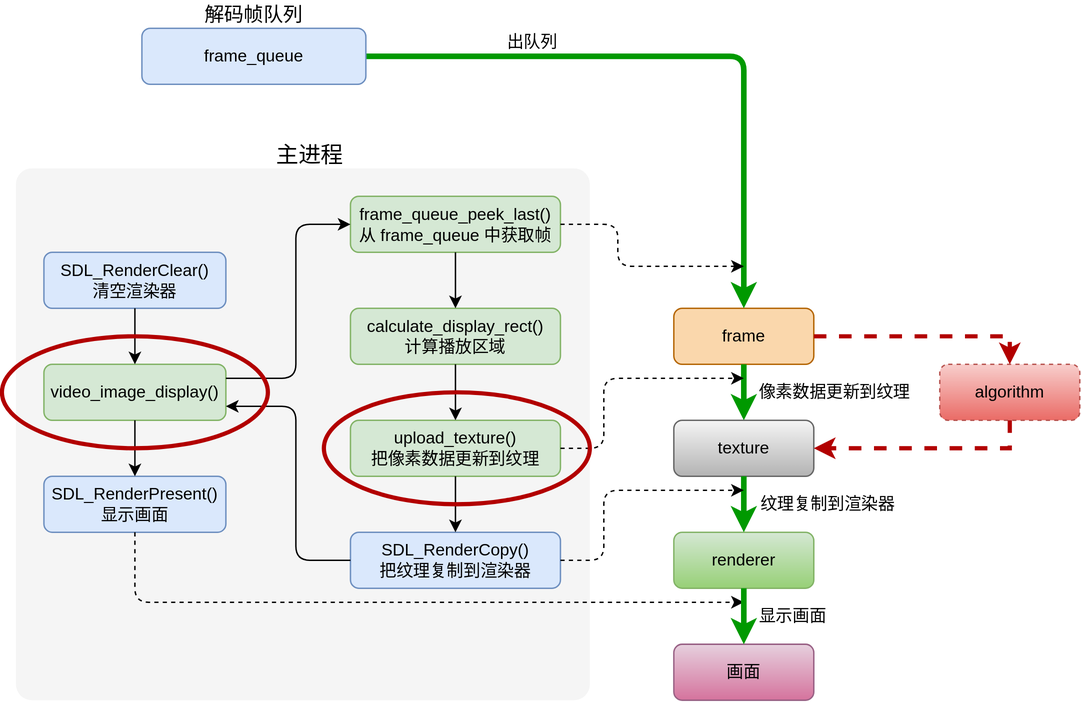
The draw.io diagram figures/display.svg in hanjialeOK/myplay, before a commit. Source tidied: cells renumbered, new cells last; positions are measured from the earlier drawing's top-left corner, leaving out a move shared by most shapes.
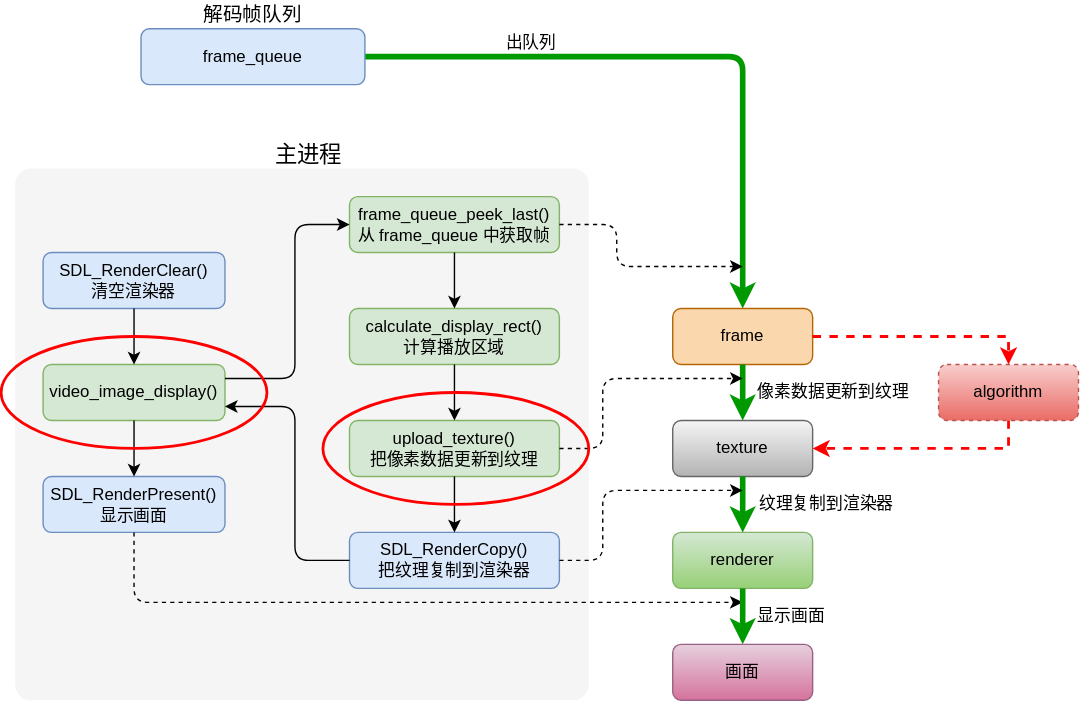
After the commit.

What changed in the source:
```diff
@@ -144,27 +144,27 @@
     <mxCell id="35" value="解码帧队列" style="text;html=1;strokeColor=none;fillColor=none;align=center;verticalAlign=middle;whiteSpace=wrap;rounded=0;fontSize=14;" parent="1" vertex="1">
       <mxGeometry x="140" width="80" height="20" as="geometry" />
     </mxCell>
-    <mxCell id="36" style="ellipse;whiteSpace=wrap;html=1;strokeWidth=3;strokeColor=#B20000;fontColor=#ffffff;fillColor=none;" parent="1" vertex="1">
+    <mxCell id="36" style="ellipse;whiteSpace=wrap;html=1;strokeWidth=2;fontColor=#ffffff;fillColor=none;strokeColor=#FF0000;" parent="1" vertex="1">
       <mxGeometry x="230" y="280" width="190" height="80" as="geometry" />
     </mxCell>
     <mxCell id="37" value="algorithm" style="rounded=1;whiteSpace=wrap;html=1;fillColor=#f8cecc;strokeColor=#b85450;gradientColor=#ea6b66;dashed=1;" parent="1" vertex="1">
       <mxGeometry x="670" y="260" width="100" height="40" as="geometry" />
     </mxCell>
-    <mxCell id="38" style="endArrow=classic;html=1;exitX=1;exitY=0.5;exitDx=0;exitDy=0;entryX=0.5;entryY=0;entryDx=0;entryDy=0;strokeWidth=3;strokeColor=#B20000;fillColor=#e51400;dashed=1;rounded=0;" parent="1" edge="1" source="17" target="37">
+    <mxCell id="38" style="endArrow=classic;html=1;exitX=1;exitY=0.5;exitDx=0;exitDy=0;entryX=0.5;entryY=0;entryDx=0;entryDy=0;strokeWidth=2;fillColor=#e51400;dashed=1;rounded=0;strokeColor=#FF0000;" parent="1" edge="1" source="17" target="37">
       <mxGeometry relative="1" as="geometry">
         <Array as="points">
           <mxPoint x="720" y="240" />
         </Array>
       </mxGeometry>
     </mxCell>
-    <mxCell id="39" style="endArrow=classic;html=1;strokeColor=#B20000;strokeWidth=3;exitX=0.5;exitY=1;exitDx=0;exitDy=0;entryX=1;entryY=0.5;entryDx=0;entryDy=0;fillColor=#e51400;dashed=1;rounded=0;" parent="1" edge="1" source="37" target="18">
+    <mxCell id="39" style="endArrow=classic;html=1;strokeWidth=2;exitX=0.5;exitY=1;exitDx=0;exitDy=0;entryX=1;entryY=0.5;entryDx=0;entryDy=0;fillColor=#e51400;dashed=1;rounded=0;strokeColor=#FF0000;" parent="1" edge="1" source="37" target="18">
       <mxGeometry relative="1" as="geometry">
         <Array as="points">
           <mxPoint x="720" y="320" />
         </Array>
       </mxGeometry>
     </mxCell>
-    <mxCell id="40" style="ellipse;whiteSpace=wrap;html=1;strokeWidth=3;strokeColor=#B20000;fontColor=#ffffff;fillColor=none;" parent="1" vertex="1">
+    <mxCell id="40" style="ellipse;whiteSpace=wrap;html=1;strokeWidth=2;fontColor=#ffffff;fillColor=none;strokeColor=#FF0000;" parent="1" vertex="1">
       <mxGeometry y="240" width="190" height="80" as="geometry" />
     </mxCell>
   </root>
```
